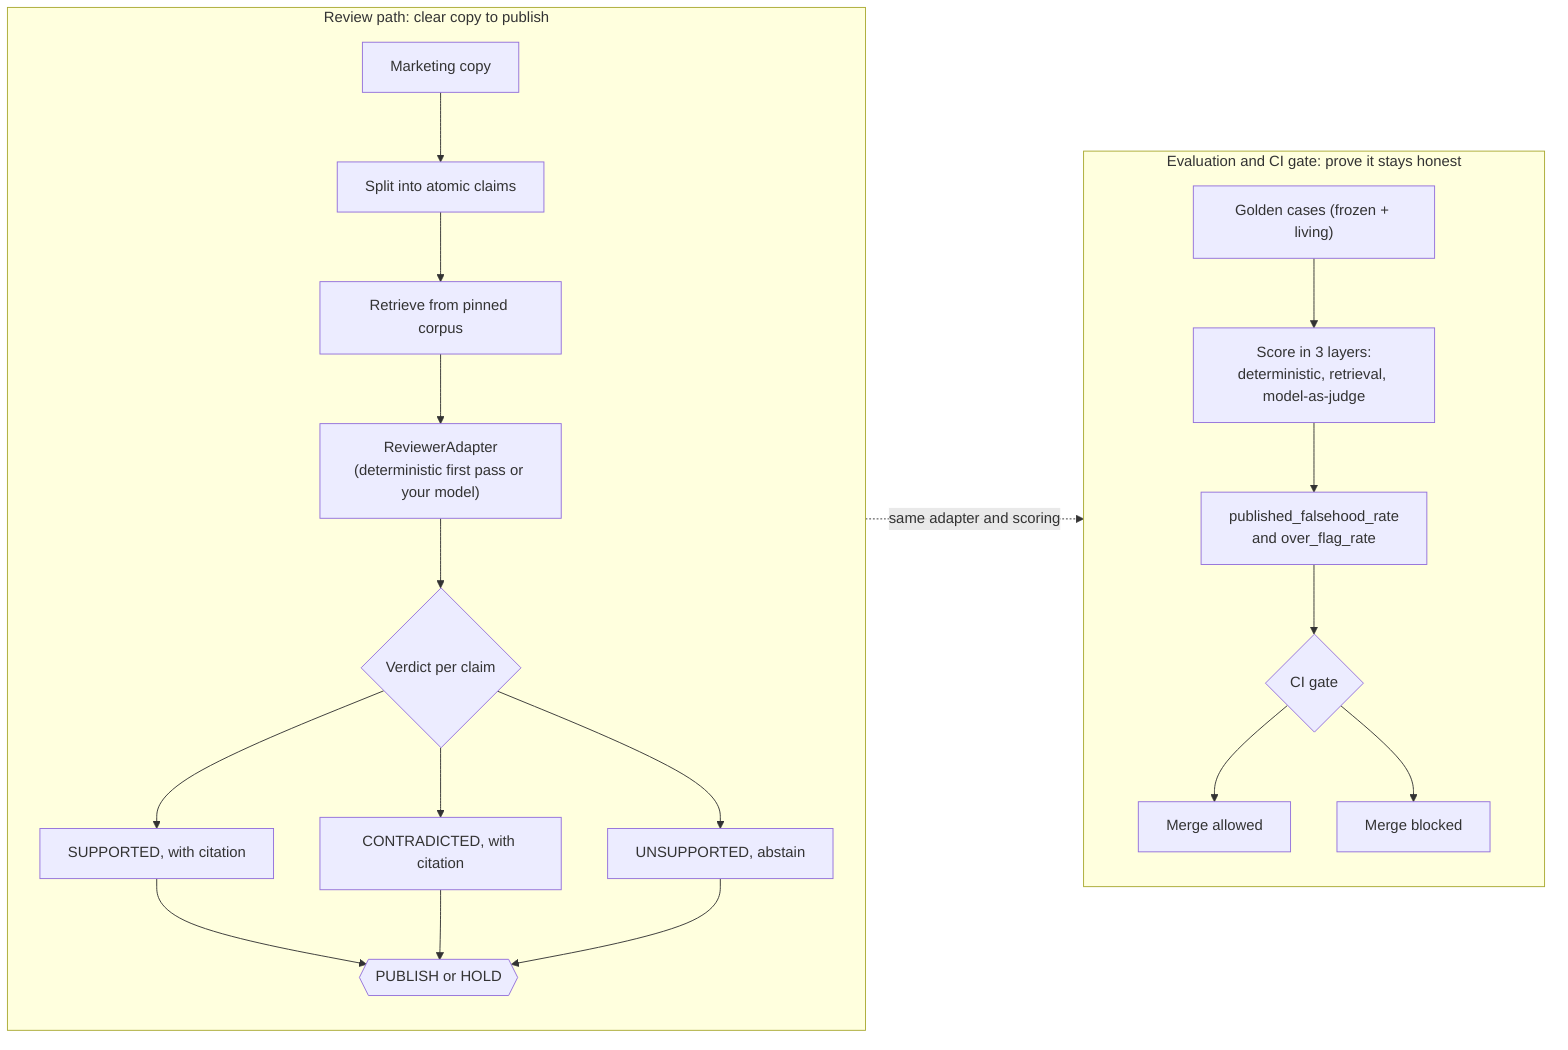
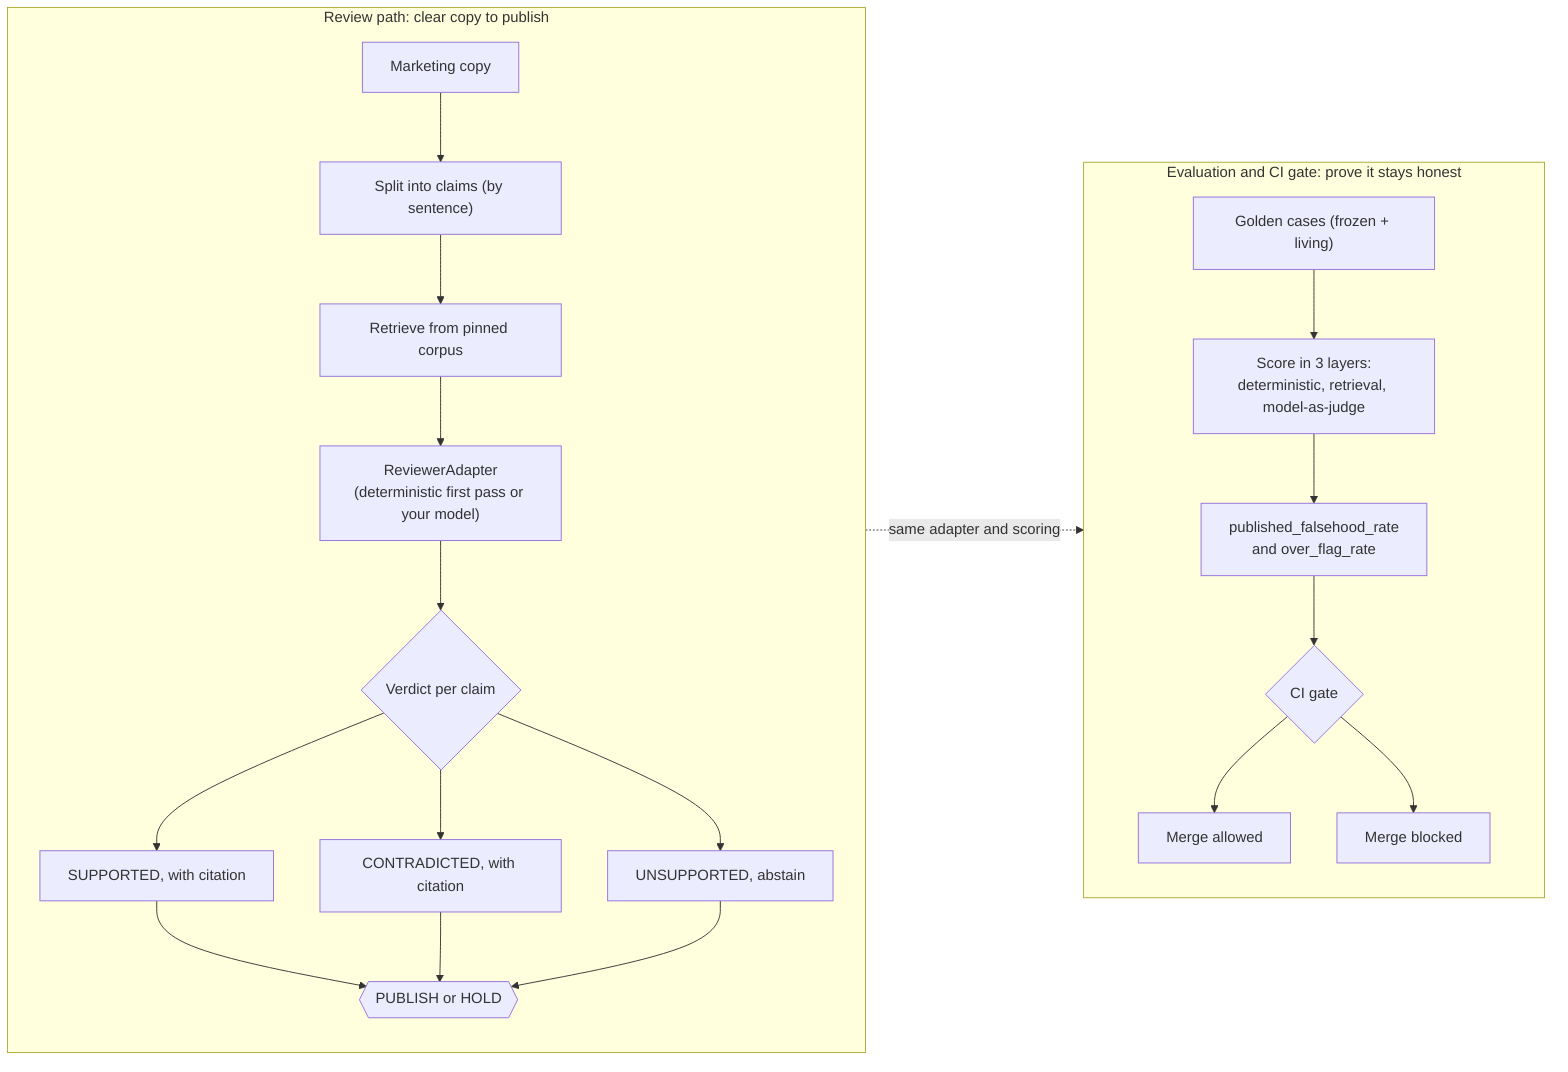
%% Source for assets/architecture.png (rendered with mermaid, theme: neutral).
%% Two paths share one trust layer: the review path clears copy to publish,
%% and the evaluation path plus CI gate keep the reviewer honest over time.
flowchart LR
    subgraph REVIEW["Review path: clear copy to publish"]
        direction TB
-         A[Marketing copy] --> B[Split into atomic claims]
+         A[Marketing copy] --> B["Split into claims (by sentence)"]
        B --> C[Retrieve from pinned corpus]
        C --> D["ReviewerAdapter<br/>(deterministic first pass or your model)"]
        D --> E{Verdict per claim}
        E --> F["SUPPORTED, with citation"]
        E --> G["CONTRADICTED, with citation"]
        E --> H["UNSUPPORTED, abstain"]
        F --> I{{PUBLISH or HOLD}}
        G --> I
        H --> I
    end
    subgraph EVAL["Evaluation and CI gate: prove it stays honest"]
        direction TB
        J["Golden cases (frozen + living)"] --> K["Score in 3 layers:<br/>deterministic, retrieval, model-as-judge"]
        K --> L["published_falsehood_rate<br/>and over_flag_rate"]
        L --> M{CI gate}
        M --> N[Merge allowed]
        M --> O[Merge blocked]
    end
    D -. "same adapter and scoring" .-> K
